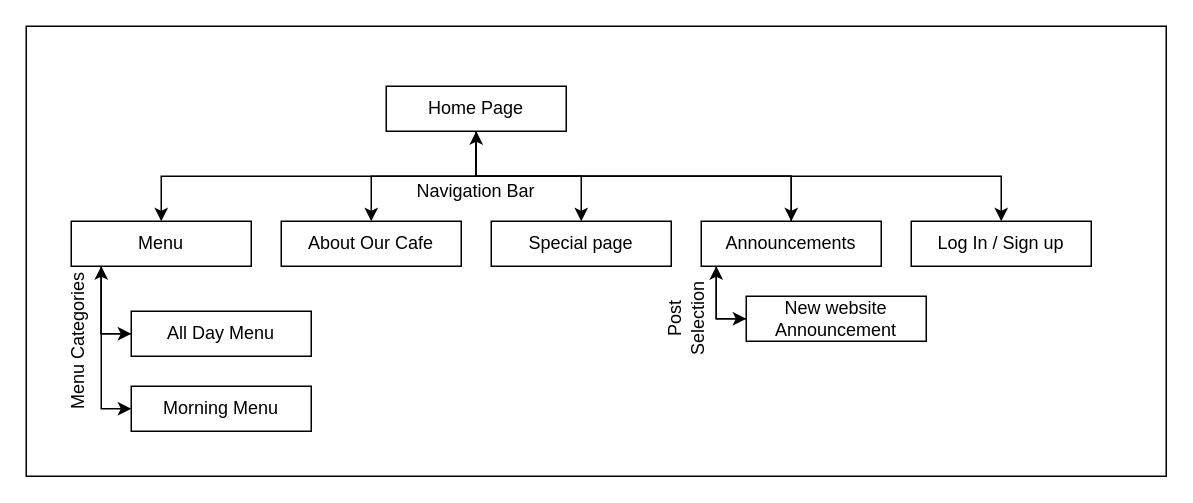
The draw.io diagram page "flowCart" (1 of 5) of CP1406/assesment_01/other/flowChart.drawio in BraydanNewman/JCU_Uni, before the edit. Source tidied: cells renumbered, new cells numbered last; positions are measured from the earlier drawing's top-left corner, leaving out a move shared by most shapes. Both pictures are drawn from the tidied source at 150%, with x=0, y=0 at pixel (-4, 26).
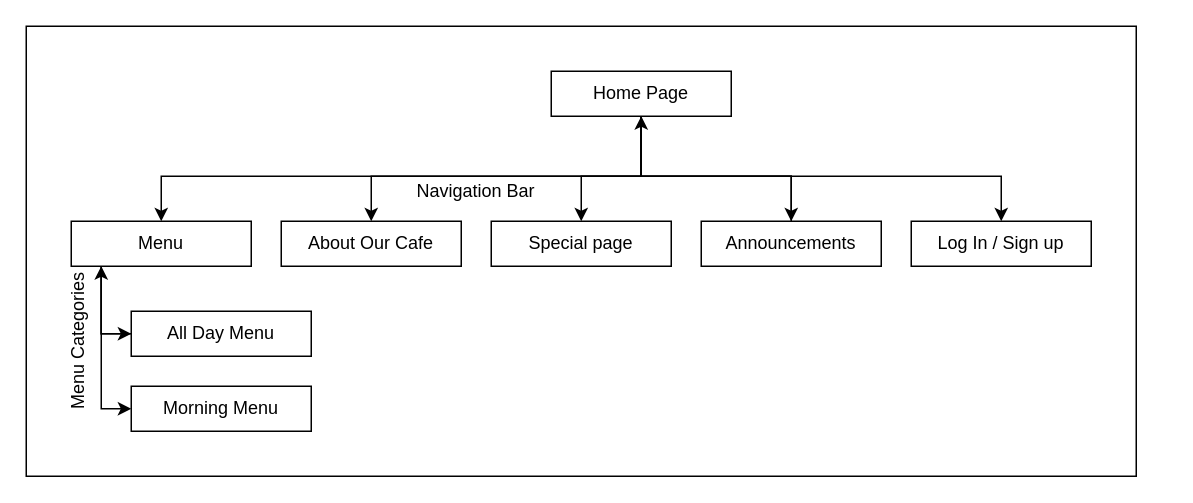
The same page after the edit.

The change refers to these unchanged cells:
```xml
<mxCell id="9" value="Special page" style="rounded=0;whiteSpace=wrap;html=1;" parent="1" vertex="1">
  <mxGeometry x="330" y="130" width="120" height="30" as="geometry" />
</mxCell>
<mxCell id="12" value="Menu" style="rounded=0;whiteSpace=wrap;html=1;" parent="1" vertex="1">
  <mxGeometry x="50" y="130" width="120" height="30" as="geometry" />
</mxCell>
<mxCell id="13" value="About Our Cafe" style="rounded=0;whiteSpace=wrap;html=1;" parent="1" vertex="1">
  <mxGeometry x="190" y="130" width="120" height="30" as="geometry" />
</mxCell>
<mxCell id="16" value="Announcements" style="rounded=0;whiteSpace=wrap;html=1;" parent="1" vertex="1">
  <mxGeometry x="470" y="130" width="120" height="30" as="geometry" />
</mxCell>
<mxCell id="25" value="Log In / Sign up" style="rounded=0;whiteSpace=wrap;html=1;" parent="1" vertex="1">
  <mxGeometry x="610" y="130" width="120" height="30" as="geometry" />
</mxCell>
```

Change to the diagram source:
```diff
@@
     <mxCell id="2" style="rounded=0;whiteSpace=wrap;html=1;" parent="1" vertex="1">
-      <mxGeometry x="20" width="760" height="300" as="geometry" />
+      <mxGeometry x="20" width="740" height="300" as="geometry" />
     </mxCell>
     <mxCell id="3" style="edgeStyle=orthogonalEdgeStyle;rounded=0;jettySize=auto;html=1;" parent="1" edge="1" source="8" target="12">
       <mxGeometry relative="1" as="geometry">
         <Array as="points">
-          <mxPoint x="320" y="100" />
+          <mxPoint x="430" y="100" />
           <mxPoint x="110" y="100" />
         </Array>
       </mxGeometry>
     </mxCell>
     <mxCell id="4" style="edgeStyle=orthogonalEdgeStyle;rounded=0;jettySize=auto;html=1;" parent="1" edge="1" source="8" target="13">
-      <mxGeometry relative="1" as="geometry" />
+      <mxGeometry relative="1" as="geometry">
+        <Array as="points">
+          <mxPoint x="430" y="100" />
+          <mxPoint x="250" y="100" />
+        </Array>
+      </mxGeometry>
     </mxCell>
     <mxCell id="5" style="edgeStyle=orthogonalEdgeStyle;rounded=0;jettySize=auto;html=1;" parent="1" edge="1" source="8" target="9">
-      <mxGeometry relative="1" as="geometry" />
+      <mxGeometry relative="1" as="geometry">
+        <Array as="points">
+          <mxPoint x="430" y="100" />
+          <mxPoint x="390" y="100" />
+        </Array>
+      </mxGeometry>
     </mxCell>
     <mxCell id="6" style="edgeStyle=orthogonalEdgeStyle;rounded=0;jettySize=auto;html=1;" parent="1" edge="1" source="8" target="16">
       <mxGeometry relative="1" as="geometry">
         <Array as="points">
-          <mxPoint x="320" y="100" />
+          <mxPoint x="430" y="100" />
           <mxPoint x="530" y="100" />
         </Array>
       </mxGeometry>
     </mxCell>
     <mxCell id="7" style="edgeStyle=orthogonalEdgeStyle;rounded=0;jettySize=auto;html=1;entryX=0.5;entryY=0;entryDx=0;entryDy=0;" parent="1" edge="1" source="8" target="25">
       <mxGeometry relative="1" as="geometry">
         <Array as="points">
-          <mxPoint x="320" y="100" />
+          <mxPoint x="430" y="100" />
           <mxPoint x="670" y="100" />
         </Array>
       </mxGeometry>
     </mxCell>
     <mxCell id="8" value="Home Page" style="rounded=0;whiteSpace=wrap;html=1;" parent="1" vertex="1">
-      <mxGeometry x="260" y="40" width="120" height="30" as="geometry" />
+      <mxGeometry x="370" y="30" width="120" height="30" as="geometry" />
     </mxCell>
@@
     <mxCell id="14" style="edgeStyle=orthogonalEdgeStyle;rounded=0;jettySize=auto;html=1;" parent="1" edge="1" source="16" target="8">
       <mxGeometry relative="1" as="geometry">
         <Array as="points">
           <mxPoint x="530" y="100" />
-          <mxPoint x="320" y="100" />
+          <mxPoint x="430" y="100" />
         </Array>
       </mxGeometry>
     </mxCell>
-    <mxCell id="15" style="edgeStyle=orthogonalEdgeStyle;rounded=0;jettySize=auto;html=1;entryX=0;entryY=0.5;entryDx=0;entryDy=0;" parent="1" edge="1" source="16" target="21">
-      <mxGeometry relative="1" as="geometry">
-        <Array as="points">
-          <mxPoint x="480" y="195" />
-        </Array>
-      </mxGeometry>
-    </mxCell>
@@
-    <mxCell id="20" style="edgeStyle=orthogonalEdgeStyle;rounded=0;jettySize=auto;html=1;" parent="1" edge="1" source="21">
-      <mxGeometry relative="1" as="geometry">
-        <mxPoint x="480" y="160" as="targetPoint" />
-      </mxGeometry>
-    </mxCell>
-    <mxCell id="21" value="New website Announcement" style="rounded=0;whiteSpace=wrap;html=1;" parent="1" vertex="1">
-      <mxGeometry x="500" y="180" width="120" height="30" as="geometry" />
-    </mxCell>
@@
-    <mxCell id="24" value="Post Selection" style="text;html=1;strokeColor=none;fillColor=none;align=center;verticalAlign=middle;whiteSpace=wrap;rounded=0;rotation=-90;" parent="1" vertex="1">
-      <mxGeometry x="430" y="175" width="60" height="40" as="geometry" />
-    </mxCell>
```
